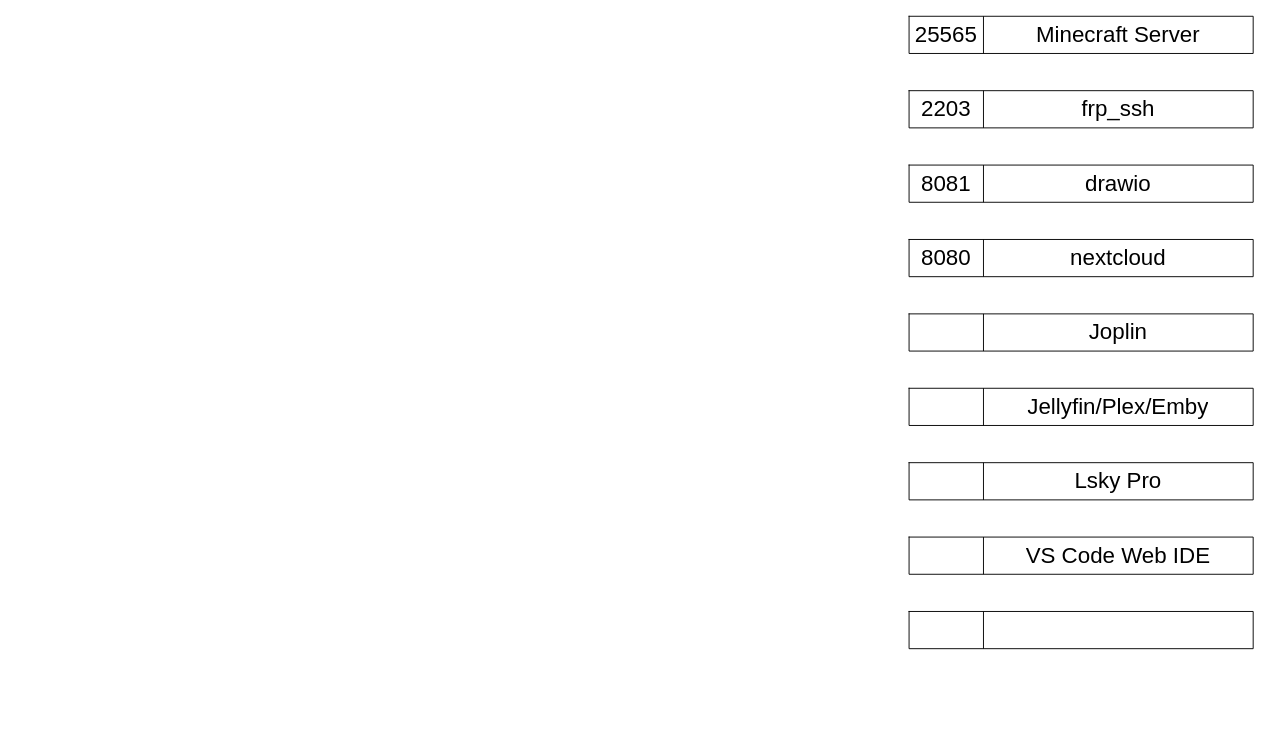
Before: 未命名绘图.drawio in CharlesHJC/CICD, a draw.io diagram. Source tidied: cells renumbered, new cells numbered last; positions are measured from the earlier drawing's top-left corner, leaving out a move shared by most shapes. Both pictures are drawn from the tidied source at 93%, with x=0, y=0 at pixel (909, 16).
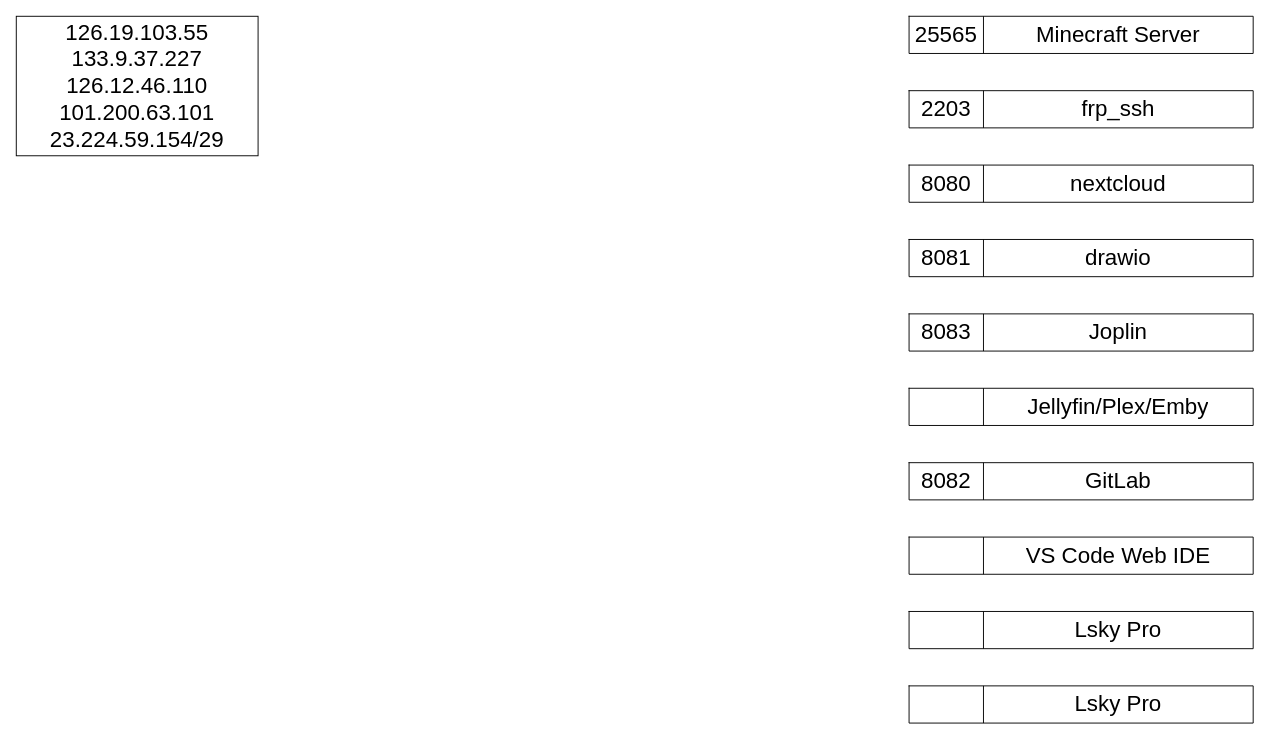
The same diagram, later.

Commit message:
更新未命名绘图.drawio

Unchanged cells that the change refers to:
```xml
<mxCell id="19" style="shape=tableRow;horizontal=0;startSize=0;swimlaneHead=0;swimlaneBody=0;top=0;left=0;bottom=0;right=0;fillColor=none;fontSize=24;" parent="18" vertex="1">
  <mxGeometry width="370" height="40" as="geometry" />
</mxCell>
<mxCell id="27" style="shape=tableRow;horizontal=0;startSize=0;swimlaneHead=0;swimlaneBody=0;top=0;left=0;bottom=0;right=0;fillColor=none;fontSize=24;" parent="26" vertex="1">
  <mxGeometry width="370" height="40" as="geometry" />
</mxCell>
<mxCell id="35" style="shape=tableRow;horizontal=0;startSize=0;swimlaneHead=0;swimlaneBody=0;top=0;left=0;bottom=0;right=0;fillColor=none;fontSize=24;" parent="34" vertex="1">
  <mxGeometry width="370" height="40" as="geometry" />
</mxCell>
```

Change to the diagram source:
```diff
@@
     <mxCell id="10" style="shape=table;startSize=0;childLayout=tableLayout;fontSize=24;" parent="1" vertex="1">
-      <mxGeometry y="160" width="370" height="40" as="geometry" />
+      <mxGeometry y="240" width="370" height="40" as="geometry" />
     </mxCell>
@@
     <mxCell id="14" style="shape=table;startSize=0;childLayout=tableLayout;fontSize=24;" parent="1" vertex="1">
-      <mxGeometry y="240" width="370" height="40" as="geometry" />
+      <mxGeometry y="160" width="370" height="40" as="geometry" />
     </mxCell>
@@
-    <mxCell id="20" style="shape=partialRectangle;html=1;whiteSpace=wrap;overflow=hidden;fillColor=none;top=0;left=0;bottom=0;right=0;fontSize=24;" parent="19" vertex="1">
+    <mxCell id="20" value="8083" style="shape=partialRectangle;html=1;whiteSpace=wrap;overflow=hidden;fillColor=none;top=0;left=0;bottom=0;right=0;fontSize=24;" parent="19" vertex="1">
       <mxGeometry width="80" height="40" as="geometry" />
     </mxCell>
@@
-    <mxCell id="28" style="shape=partialRectangle;html=1;whiteSpace=wrap;overflow=hidden;fillColor=none;top=0;left=0;bottom=0;right=0;fontSize=24;" parent="27" vertex="1">
+    <mxCell id="28" value="8082" style="shape=partialRectangle;html=1;whiteSpace=wrap;overflow=hidden;fillColor=none;top=0;left=0;bottom=0;right=0;fontSize=24;" parent="27" vertex="1">
       <mxGeometry width="80" height="40" as="geometry" />
     </mxCell>
-    <mxCell id="29" value="Lsky Pro" style="shape=partialRectangle;html=1;whiteSpace=wrap;overflow=hidden;fillColor=none;top=0;left=0;bottom=0;right=0;fontSize=24;" parent="27" vertex="1">
+    <mxCell id="29" value="GitLab" style="shape=partialRectangle;html=1;whiteSpace=wrap;overflow=hidden;fillColor=none;top=0;left=0;bottom=0;right=0;fontSize=24;" parent="27" vertex="1">
       <mxGeometry x="80" width="290" height="40" as="geometry" />
     </mxCell>
@@
-    <mxCell id="37" style="shape=partialRectangle;html=1;whiteSpace=wrap;overflow=hidden;fillColor=none;top=0;left=0;bottom=0;right=0;fontSize=24;" parent="35" vertex="1">
+    <mxCell id="37" value="&lt;span&gt;Lsky Pro&lt;/span&gt;" style="shape=partialRectangle;html=1;whiteSpace=wrap;overflow=hidden;fillColor=none;top=0;left=0;bottom=0;right=0;fontSize=24;" parent="35" vertex="1">
       <mxGeometry x="80" width="290" height="40" as="geometry" />
     </mxCell>
+    <mxCell id="38" style="shape=table;startSize=0;childLayout=tableLayout;fontSize=24;" parent="1" vertex="1">
+      <mxGeometry y="720" width="370" height="40" as="geometry" />
+    </mxCell>
+    <mxCell id="39" style="shape=tableRow;horizontal=0;startSize=0;swimlaneHead=0;swimlaneBody=0;top=0;left=0;bottom=0;right=0;fillColor=none;fontSize=24;" parent="38" vertex="1">
+      <mxGeometry width="370" height="40" as="geometry" />
+    </mxCell>
+    <mxCell id="40" style="shape=partialRectangle;html=1;whiteSpace=wrap;overflow=hidden;fillColor=none;top=0;left=0;bottom=0;right=0;fontSize=24;" parent="39" vertex="1">
+      <mxGeometry width="80" height="40" as="geometry" />
+    </mxCell>
+    <mxCell id="41" value="Lsky Pro" style="shape=partialRectangle;html=1;whiteSpace=wrap;overflow=hidden;fillColor=none;top=0;left=0;bottom=0;right=0;fontSize=24;" parent="39" vertex="1">
+      <mxGeometry x="80" width="290" height="40" as="geometry" />
+    </mxCell>
+    <mxCell id="42" value="&lt;font style=&quot;font-size: 24px&quot;&gt;126.19.103.55&lt;br&gt;133.9.37.227&lt;br&gt;126.12.46.110&lt;br&gt;101.200.63.101&lt;br&gt;23.224.59.154/29&lt;br&gt;&lt;/font&gt;" style="rounded=0;whiteSpace=wrap;html=1;" parent="1" vertex="1">
+      <mxGeometry x="-960" width="260" height="150" as="geometry" />
+    </mxCell>
```
